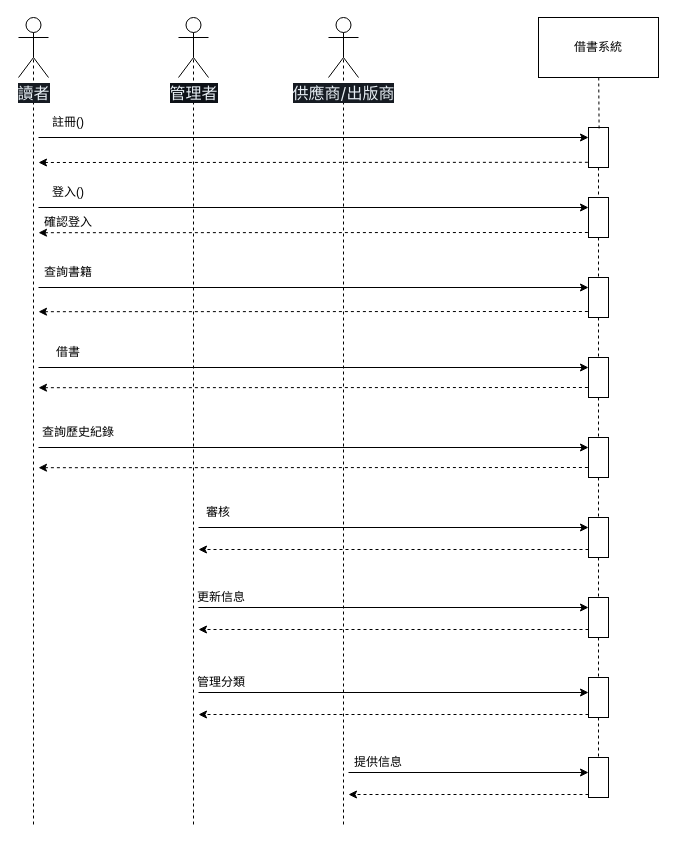
The draw.io diagram page "系統循序圖" (3 of 4) of main.drawio in YaXun1103/112-2FinalPorject, before the edit. Source tidied: cells renumbered, new cells numbered last; positions are measured from the earlier drawing's top-left corner, leaving out a move shared by most shapes. Both pictures are drawn from the tidied source at 100%, with x=0, y=0 at pixel (18, 17).
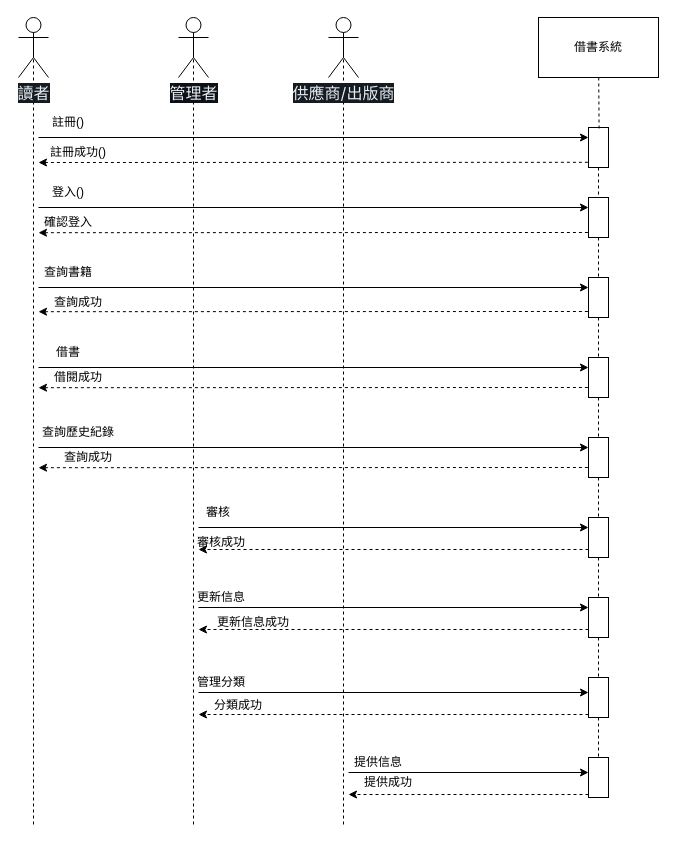
The same page after the edit.

Commit message:
系統循序圖翻譯

The edit, as a diff of the source:
```diff
@@
+    <mxCell id="55" value="註冊成功()" style="text;html=1;strokeColor=none;fillColor=none;align=center;verticalAlign=middle;whiteSpace=wrap;rounded=0;" parent="1" vertex="1">
+      <mxGeometry x="30" y="120" width="60" height="30" as="geometry" />
+    </mxCell>
+    <mxCell id="56" value="查詢成功" style="text;html=1;strokeColor=none;fillColor=none;align=center;verticalAlign=middle;whiteSpace=wrap;rounded=0;" parent="1" vertex="1">
+      <mxGeometry x="30" y="425" width="80" height="30" as="geometry" />
+    </mxCell>
+    <mxCell id="57" value="借閱成功" style="text;html=1;strokeColor=none;fillColor=none;align=center;verticalAlign=middle;whiteSpace=wrap;rounded=0;" parent="1" vertex="1">
+      <mxGeometry x="30" y="345" width="60" height="30" as="geometry" />
+    </mxCell>
+    <mxCell id="58" value="查詢成功" style="text;html=1;strokeColor=none;fillColor=none;align=center;verticalAlign=middle;whiteSpace=wrap;rounded=0;" parent="1" vertex="1">
+      <mxGeometry x="30" y="270" width="60" height="30" as="geometry" />
+    </mxCell>
+    <mxCell id="59" value="審核成功" style="text;html=1;strokeColor=none;fillColor=none;align=center;verticalAlign=middle;whiteSpace=wrap;rounded=0;" parent="1" vertex="1">
+      <mxGeometry x="173" y="510" width="60" height="30" as="geometry" />
+    </mxCell>
+    <mxCell id="60" value="更新信息成功" style="text;html=1;strokeColor=none;fillColor=none;align=center;verticalAlign=middle;whiteSpace=wrap;rounded=0;" parent="1" vertex="1">
+      <mxGeometry x="190" y="590" width="90" height="30" as="geometry" />
+    </mxCell>
+    <mxCell id="61" value="分類成功" style="text;html=1;strokeColor=none;fillColor=none;align=center;verticalAlign=middle;whiteSpace=wrap;rounded=0;" parent="1" vertex="1">
+      <mxGeometry x="190" y="673" width="60" height="30" as="geometry" />
+    </mxCell>
+    <mxCell id="62" value="提供成功" style="text;html=1;strokeColor=none;fillColor=none;align=center;verticalAlign=middle;whiteSpace=wrap;rounded=0;" parent="1" vertex="1">
+      <mxGeometry x="340" y="750" width="60" height="30" as="geometry" />
+    </mxCell>
```
